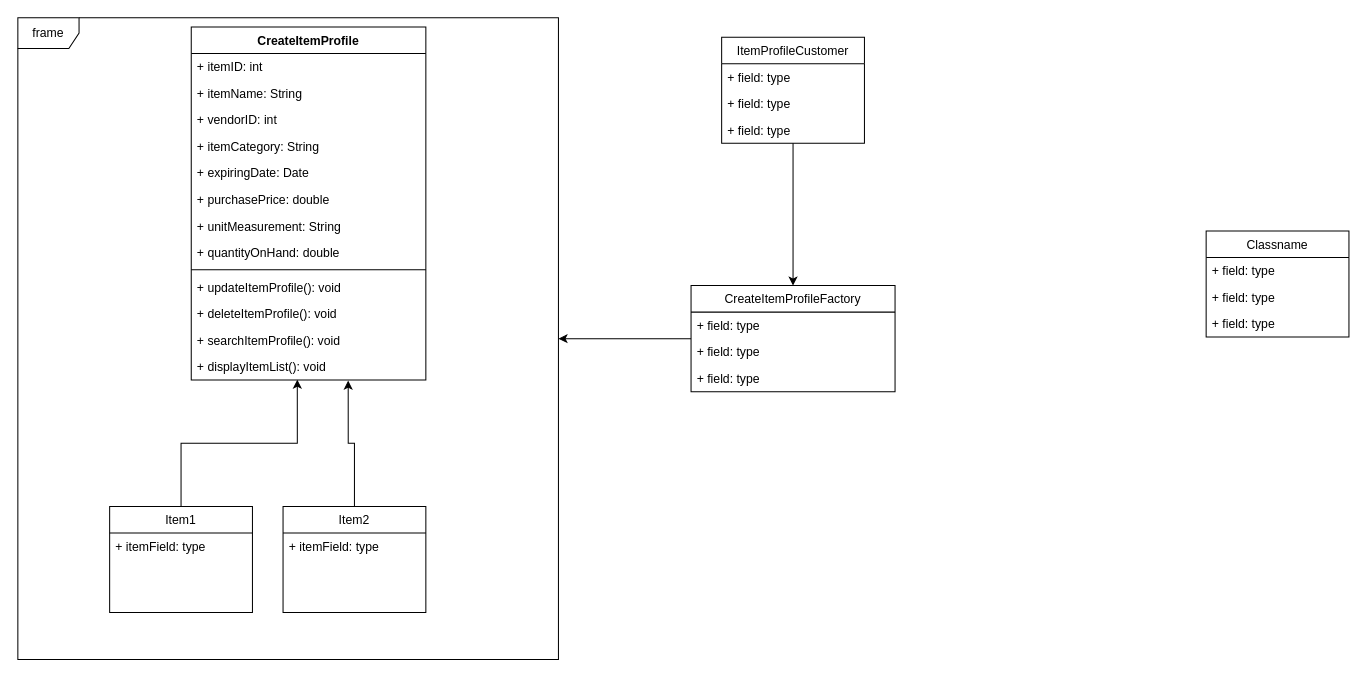
Ceejay1009/CSC4111-GitAssignment keeps this draw.io diagram as CSC4110 group project feature 4 & 6 UML.drawio. Above is the earlier version. Source tidied: cells renumbered, new cells numbered last; positions are measured from the earlier drawing's top-left corner, leaving out a move shared by most shapes. Both pictures are drawn from the tidied source at 102%, with x=0, y=0 at pixel (17, 17).
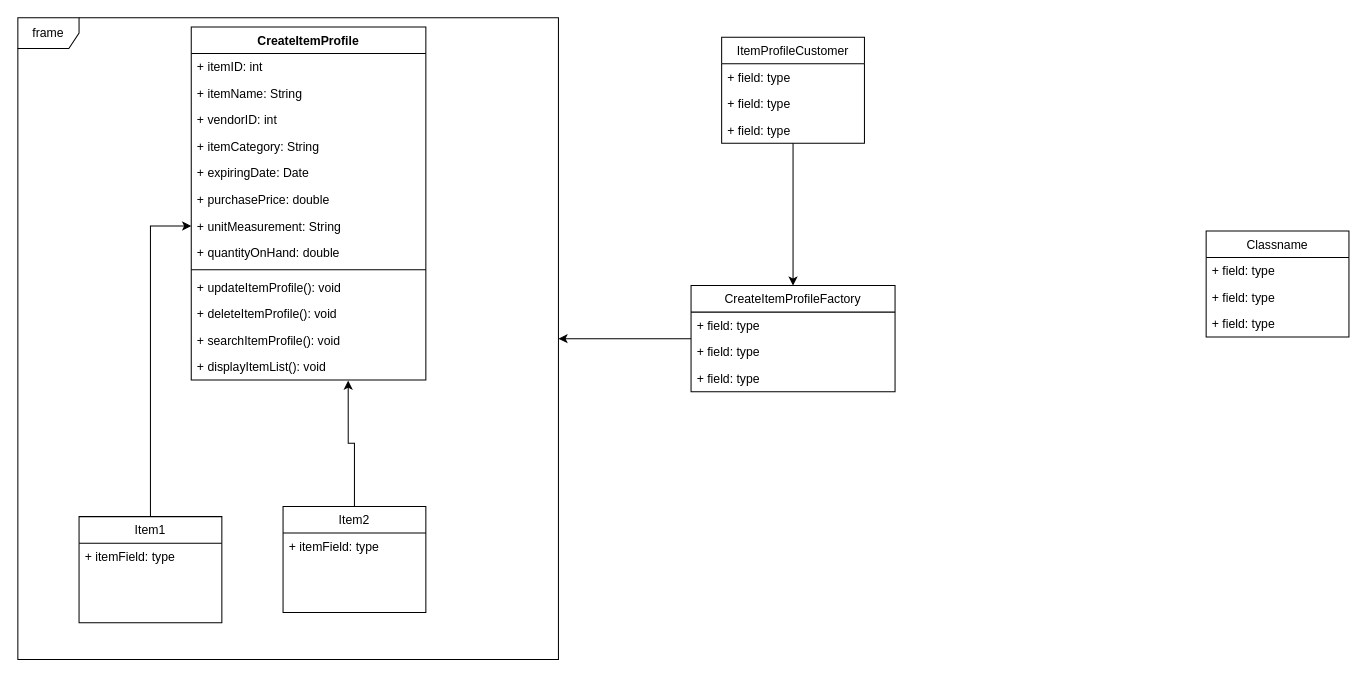
After the change.

The change refers to these unchanged cells:
```xml
<mxCell id="9" value="+ unitMeasurement: String" style="text;strokeColor=none;fillColor=none;align=left;verticalAlign=top;spacingLeft=4;spacingRight=4;overflow=hidden;points=[[0,0.5],[1,0.5]];portConstraint=eastwest;" parent="2" vertex="1">
  <mxGeometry y="182" width="230" height="26" as="geometry" />
</mxCell>
<mxCell id="15" value="+ displayItemList(): void" style="text;strokeColor=none;fillColor=none;align=left;verticalAlign=top;spacingLeft=4;spacingRight=4;overflow=hidden;points=[[0,0.5],[1,0.5]];portConstraint=eastwest;" parent="2" vertex="1">
  <mxGeometry y="320" width="230" height="26" as="geometry" />
</mxCell>
```

Change to the diagram source:
```diff
@@
+    <mxCell id="36" value="frame" style="shape=umlFrame;whiteSpace=wrap;html=1;" parent="1" vertex="1">
+      <mxGeometry width="530" height="629" as="geometry" />
+    </mxCell>
@@
-    <mxCell id="16" style="edgeStyle=orthogonalEdgeStyle;rounded=0;jettySize=auto;html=1;entryX=0.452;entryY=0.989;entryDx=0;entryDy=0;entryPerimeter=0;" parent="1" edge="1" source="17" target="15">
-      <mxGeometry relative="1" as="geometry" />
-    </mxCell>
+    <mxCell id="41" style="edgeStyle=orthogonalEdgeStyle;rounded=0;jettySize=auto;html=1;entryX=0;entryY=0.5;entryDx=0;entryDy=0;" parent="1" edge="1" source="17" target="9">
+      <mxGeometry relative="1" as="geometry" />
+    </mxCell>
     <mxCell id="17" value="Item1" style="swimlane;fontStyle=0;horizontal=1;startSize=26;fillColor=none;" parent="1" vertex="1">
-      <mxGeometry x="90" y="479" width="140" height="104" as="geometry" />
+      <mxGeometry x="60" y="489" width="140" height="104" as="geometry" />
     </mxCell>
@@
-    <mxCell id="36" value="frame" style="shape=umlFrame;whiteSpace=wrap;html=1;" parent="1" vertex="1">
-      <mxGeometry width="530" height="629" as="geometry" />
-    </mxCell>
```
